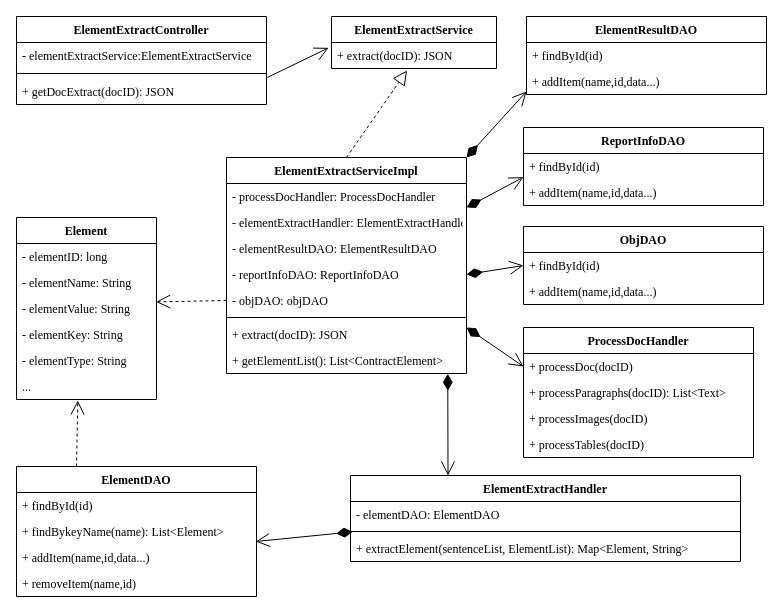
lang22/DocAI_UML keeps this draw.io diagram as page "第 2 页" (2 of 4) of 类图.drawio. Above is the earlier version. Source tidied: cells renumbered, new cells numbered last; positions are measured from the earlier drawing's top-left corner, leaving out a move shared by most shapes. Both pictures are drawn from the tidied source at 100%, with x=0, y=0 at pixel (16, 16).
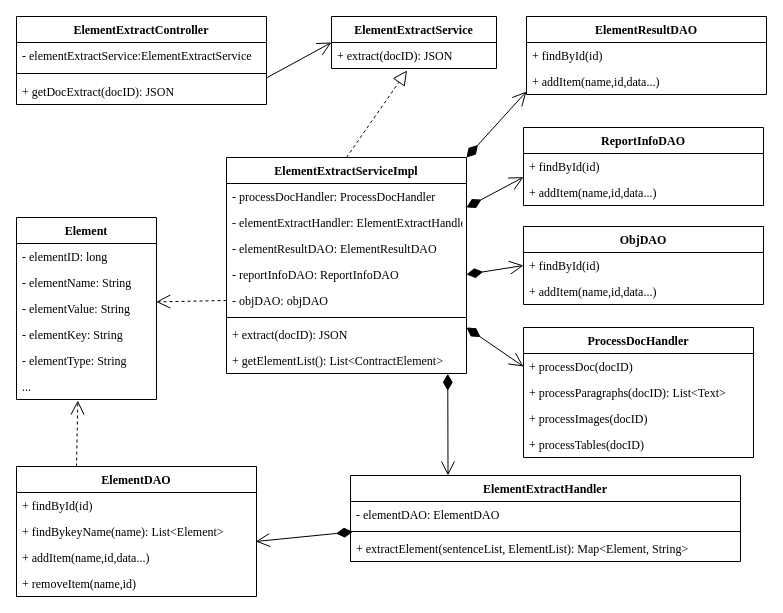
The same diagram, later.

Unchanged cells that the change refers to:
```xml
<mxCell id="17" value="+ getDocExtract(docID): JSON" style="text;strokeColor=none;fillColor=none;align=left;verticalAlign=top;spacingLeft=4;spacingRight=4;overflow=hidden;points=[[0,0.5],[1,0.5]];portConstraint=eastwest;fontFamily=Times New Roman;" parent="14" vertex="1">
  <mxGeometry y="62" width="250" height="26" as="geometry" />
</mxCell>
<mxCell id="28" value="+ extract(docID): JSON" style="text;strokeColor=none;fillColor=none;align=left;verticalAlign=top;spacingLeft=4;spacingRight=4;overflow=hidden;points=[[0,0.5],[1,0.5]];portConstraint=eastwest;fontFamily=Times New Roman;" parent="27" vertex="1">
  <mxGeometry y="26" width="165" height="26" as="geometry" />
</mxCell>
```

Change to the diagram source:
```diff
@@
-    <mxCell id="33" style="endArrow=open;endFill=1;endSize=12;html=1;rounded=0;fontFamily=Times New Roman;entryX=-0.017;entryY=0.205;entryDx=0;entryDy=0;entryPerimeter=0;exitX=1.003;exitY=-0.038;exitDx=0;exitDy=0;exitPerimeter=0;" parent="1" edge="1" source="17" target="28">
+    <mxCell id="33" style="endArrow=open;endFill=1;endSize=12;html=1;rounded=0;fontFamily=Times New Roman;exitX=1.003;exitY=-0.038;exitDx=0;exitDy=0;exitPerimeter=0;entryX=0;entryY=0;entryDx=0;entryDy=0;entryPerimeter=0;" parent="1" edge="1" source="17" target="28">
       <mxGeometry relative="1" as="geometry" />
     </mxCell>
```
